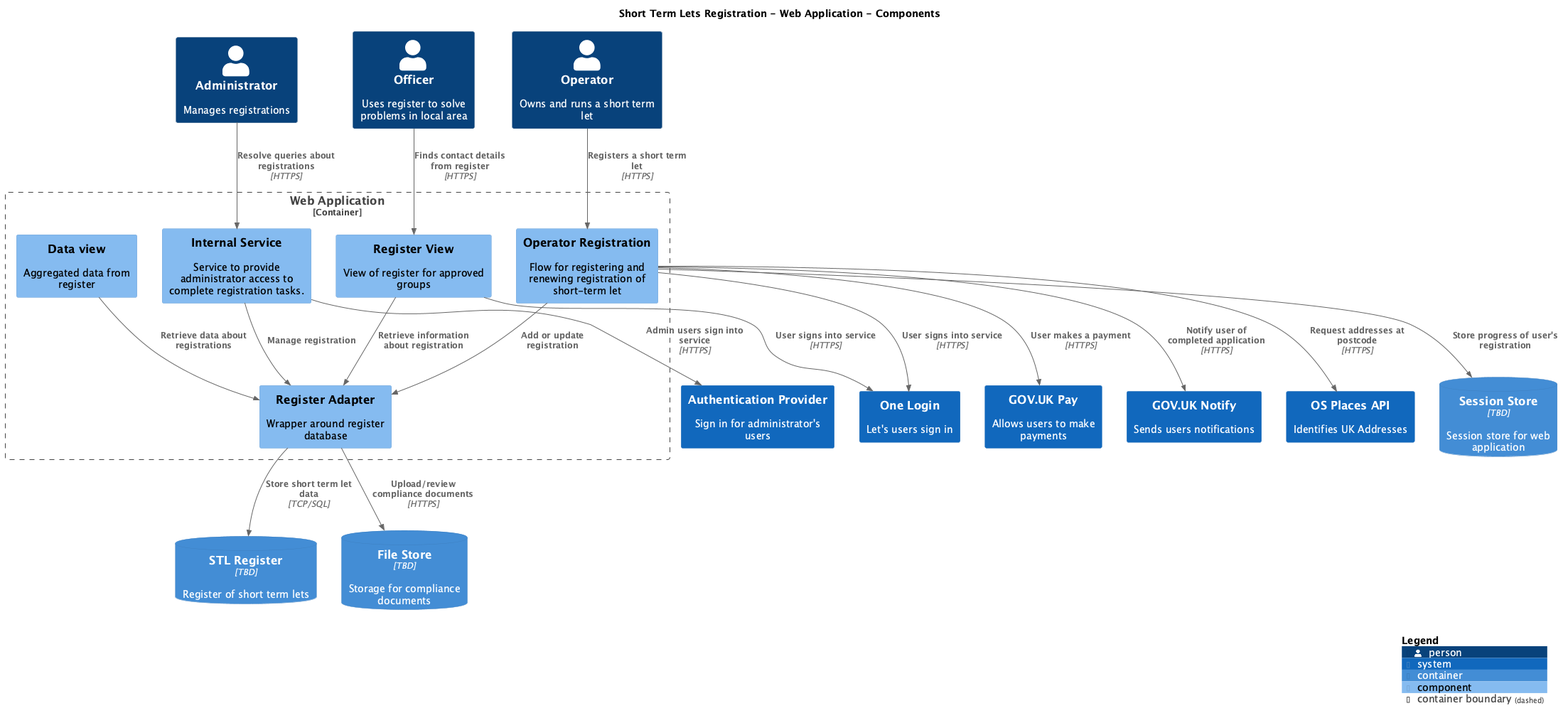
Above: main/png/Components.png in DCMSstats/stl-architecture (PlantUML), before the change.
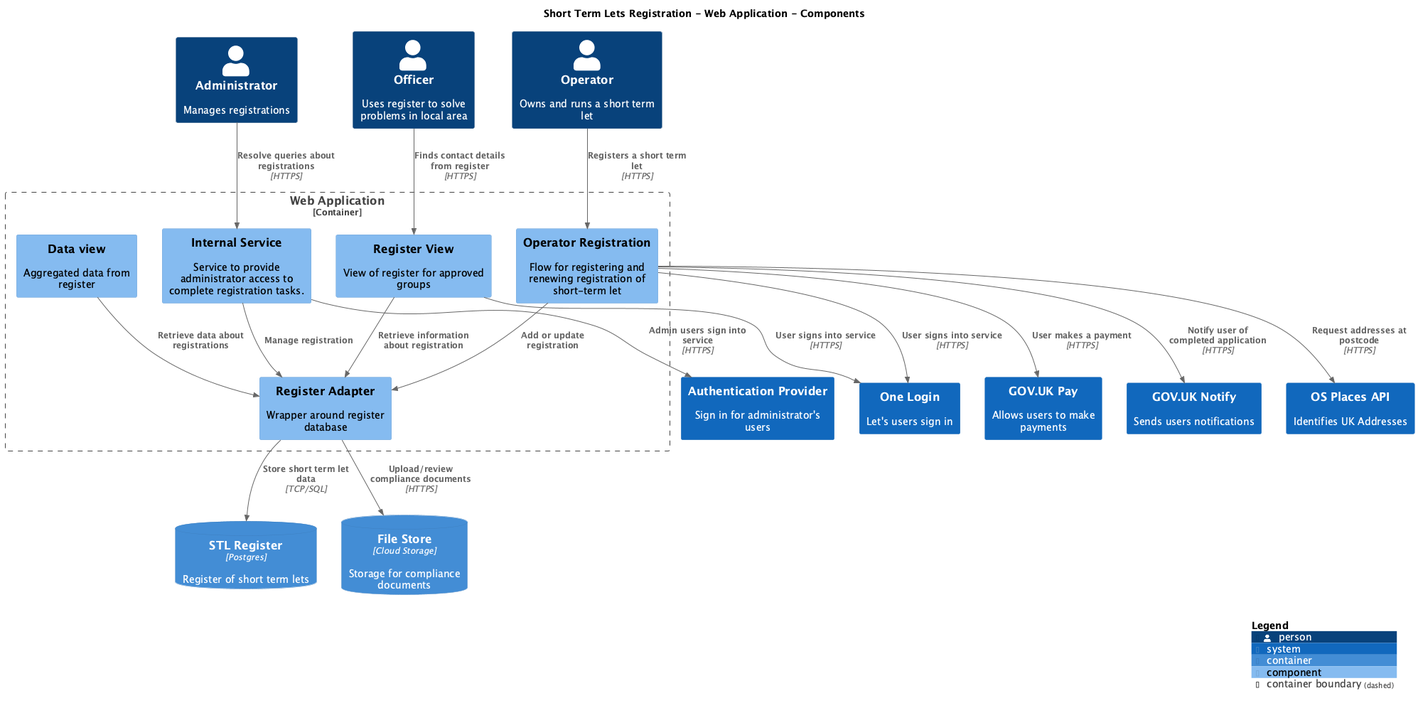
After the change.

What changed in the source:
```diff
@@ -17,9 +17,8 @@
 System(GOVUKNotify, "GOV.UK Notify", $descr="Sends users notifications", $tags="", $link="")
 System(AuthenticationProvider, "Authentication Provider", $descr="Sign in for administrator's users", $tags="", $link="")
 System(OSPlacesAPI, "OS Places API", $descr="Identifies UK Addresses", $tags="", $link="")
-ContainerDb(ShortTermLetsRegistration.STLRegister, "STL Register", $techn="TBD", $descr="Register of short term lets", $tags="", $link="")
-ContainerDb(ShortTermLetsRegistration.SessionStore, "Session Store", $techn="TBD", $descr="Session store for web application", $tags="", $link="")
-ContainerDb(ShortTermLetsRegistration.FileStore, "File Store", $techn="TBD", $descr="Storage for compliance documents", $tags="", $link="")
+ContainerDb(ShortTermLetsRegistration.STLRegister, "STL Register", $techn="Postgres", $descr="Register of short term lets", $tags="", $link="")
+ContainerDb(ShortTermLetsRegistration.FileStore, "File Store", $techn="Cloud Storage", $descr="Storage for compliance documents", $tags="", $link="")
 
 Container_Boundary("ShortTermLetsRegistration.WebApplication_boundary", "Web Application", $tags="") {
   Component(ShortTermLetsRegistration.WebApplication.OperatorRegistration, "Operator Registration", $techn="", $descr="Flow for registering and renewing registration of short-term let", $tags="", $link="")
@@ -38,7 +37,6 @@
 Rel(ShortTermLetsRegistration.WebApplication.RegisterView, OneLogin, "User signs into service", $techn="HTTPS", $tags="", $link="")
 Rel(ShortTermLetsRegistration.WebApplication.InternalService, AuthenticationProvider, "Admin users sign into service", $techn="HTTPS", $tags="", $link="")
 Rel(ShortTermLetsRegistration.WebApplication.OperatorRegistration, GOVUKNotify, "Notify user of completed application", $techn="HTTPS", $tags="", $link="")
-Rel(ShortTermLetsRegistration.WebApplication.OperatorRegistration, ShortTermLetsRegistration.SessionStore, "Store progress of user's registration", $techn="", $tags="", $link="")
 Rel(ShortTermLetsRegistration.WebApplication.RegisterAdapter, ShortTermLetsRegistration.FileStore, "Upload/review compliance documents", $techn="HTTPS", $tags="", $link="")
 Rel(ShortTermLetsRegistration.WebApplication.OperatorRegistration, OSPlacesAPI, "Request addresses at postcode", $techn="HTTPS", $tags="", $link="")
 Rel(ShortTermLetsRegistration.WebApplication.OperatorRegistration, ShortTermLetsRegistration.WebApplication.RegisterAdapter, "Add or update registration", $techn="", $tags="", $link="")
```
